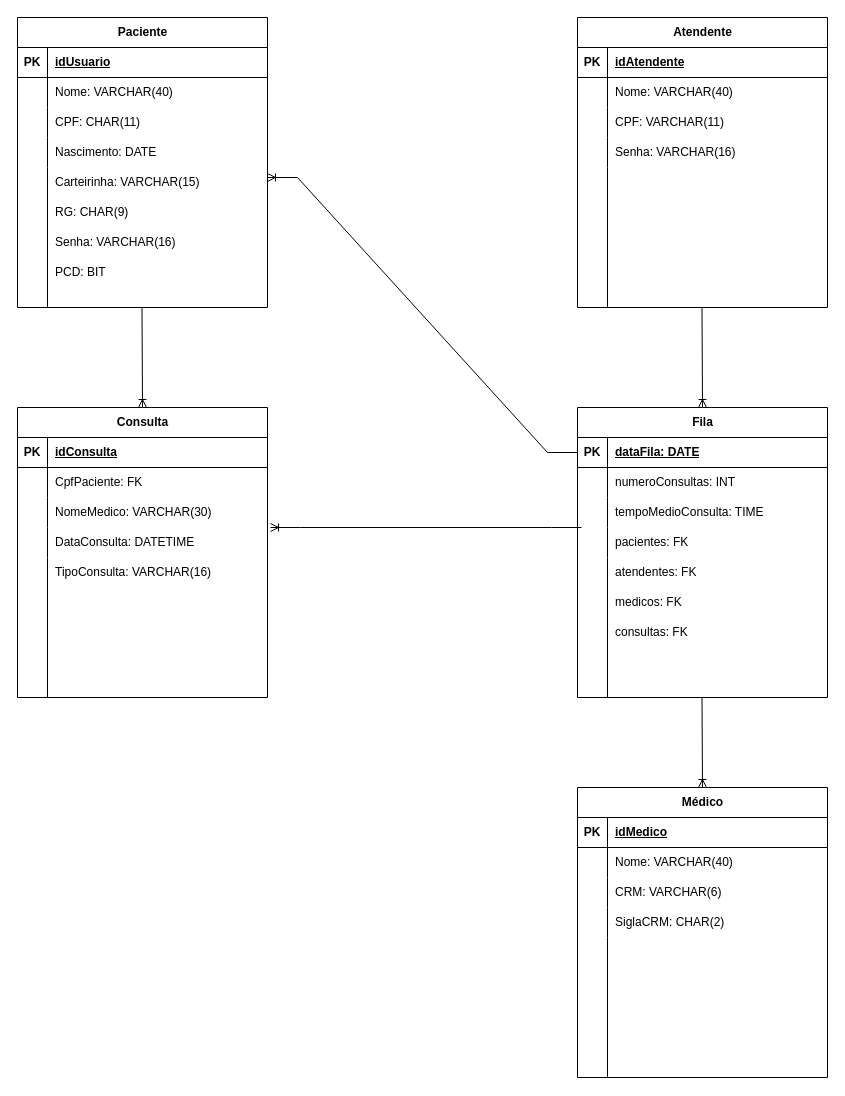
Scoorpioon/FastHealth keeps this draw.io diagram as DiagramaDER.drawio. Above is the earlier version. Source tidied: cells renumbered, new cells numbered last; positions are measured from the earlier drawing's top-left corner, leaving out a move shared by most shapes. Both pictures are drawn from the tidied source at 100%, with x=0, y=0 at pixel (17, 17).
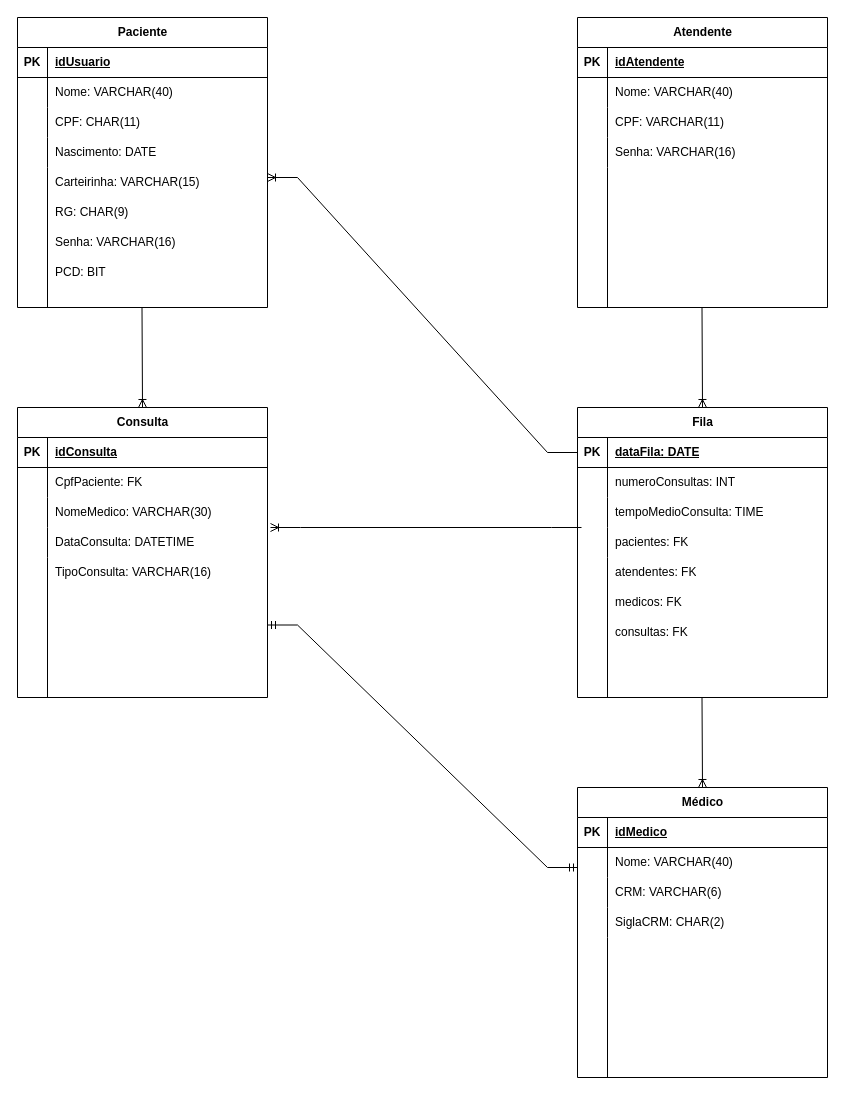
The same diagram, later.

The change refers to these unchanged cells:
```xml
<mxCell id="40" value="Consulta" style="shape=table;startSize=30;childLayout=tableLayout;rowLines=0;fontStyle=1;align=center;html=1;" parent="1" vertex="1">
  <mxGeometry y="390" width="250" height="290" as="geometry" />
</mxCell>
```

The edit, as a diff of the source:
```diff
@@
+    <mxCell id="91" style="edgeStyle=entityRelationEdgeStyle;fontSize=12;html=1;endArrow=ERmandOne;startArrow=ERmandOne;rounded=0;exitX=1;exitY=0.75;exitDx=0;exitDy=0;" parent="1" edge="1" source="40">
+      <mxGeometry relative="1" as="geometry">
+        <mxPoint x="560" y="850" as="targetPoint" />
+      </mxGeometry>
+    </mxCell>
```
